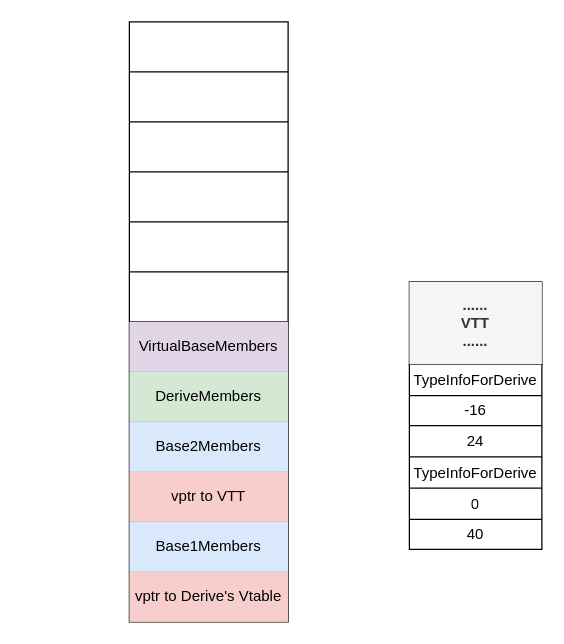
Above: C++对象模型/虚继承class layout.drawio in SixPlusAndTimes/drawio (draw.io), before the change. Source tidied: cells renumbered, new cells numbered last; positions are measured from the earlier drawing's top-left corner, leaving out a move shared by most shapes. Both pictures are drawn from the tidied source at 125%, with x=0, y=0 at pixel (129, 21).
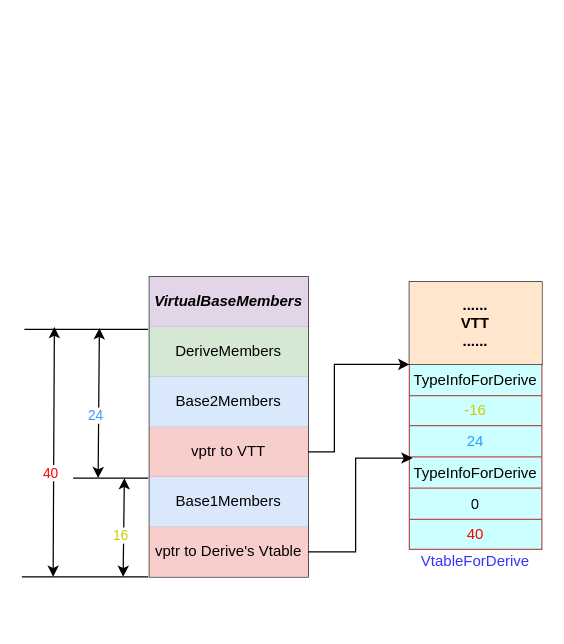
After the change.

The change refers to these unchanged cells:
```xml
<mxCell id="30" style="shape=tableRow;horizontal=0;startSize=0;swimlaneHead=0;swimlaneBody=0;strokeColor=inherit;top=0;left=0;bottom=0;right=0;fillColor=none;" parent="27" vertex="1">
  <mxGeometry y="25" width="106" height="24" as="geometry" />
</mxCell>
<mxCell id="32" style="shape=tableRow;horizontal=0;startSize=0;swimlaneHead=0;swimlaneBody=0;strokeColor=inherit;top=0;left=0;bottom=0;right=0;fillColor=none;" parent="27" vertex="1">
  <mxGeometry y="49" width="106" height="25" as="geometry" />
</mxCell>
<mxCell id="34" style="shape=tableRow;horizontal=0;startSize=0;swimlaneHead=0;swimlaneBody=0;strokeColor=inherit;top=0;left=0;bottom=0;right=0;fillColor=none;points=[[0,0.5],[1,0.5]];portConstraint=eastwest;" parent="27" vertex="1">
  <mxGeometry y="74" width="106" height="25" as="geometry" />
</mxCell>
<mxCell id="38" style="shape=tableRow;horizontal=0;startSize=0;swimlaneHead=0;swimlaneBody=0;strokeColor=inherit;top=0;left=0;bottom=0;right=0;fillColor=none;" parent="27" vertex="1">
  <mxGeometry y="124" width="106" height="24" as="geometry" />
</mxCell>
<mxCell id="40" style="shape=table;startSize=0;childLayout=tableLayout;" parent="1" vertex="1">
  <mxGeometry x="224" y="208" width="106" height="66" as="geometry" />
</mxCell>
<mxCell id="41" style="shape=tableRow;horizontal=0;startSize=0;swimlaneHead=0;swimlaneBody=0;strokeColor=inherit;top=0;left=0;bottom=0;right=0;fillColor=none;" parent="40" vertex="1">
  <mxGeometry width="106" height="66" as="geometry" />
</mxCell>
```

What changed in the source:
```diff
@@
     <mxCell id="2" style="shape=table;startSize=0;childLayout=tableLayout;" parent="1" vertex="1">
-      <mxGeometry width="127" height="480" as="geometry" />
+      <mxGeometry x="16" y="204" width="127" height="240" as="geometry" />
     </mxCell>
-    <mxCell id="3" style="shape=tableRow;horizontal=0;startSize=0;swimlaneHead=0;swimlaneBody=0;strokeColor=inherit;top=0;left=0;bottom=0;right=0;fillColor=none;" parent="2" vertex="1">
-      <mxGeometry width="127" height="40" as="geometry" />
-    </mxCell>
-    <mxCell id="4" style="shape=partialRectangle;html=1;whiteSpace=wrap;strokeColor=inherit;overflow=hidden;fillColor=none;top=0;left=0;bottom=0;right=0;" parent="3" vertex="1">
-      <mxGeometry width="127" height="40" as="geometry" />
-    </mxCell>
-    <mxCell id="5" style="shape=tableRow;horizontal=0;startSize=0;swimlaneHead=0;swimlaneBody=0;strokeColor=inherit;top=0;left=0;bottom=0;right=0;fillColor=none;" parent="2" vertex="1">
-      <mxGeometry y="40" width="127" height="40" as="geometry" />
-    </mxCell>
-    <mxCell id="6" style="shape=partialRectangle;html=1;whiteSpace=wrap;strokeColor=inherit;overflow=hidden;fillColor=none;top=0;left=0;bottom=0;right=0;" parent="5" vertex="1">
-      <mxGeometry width="127" height="40" as="geometry" />
-    </mxCell>
-    <mxCell id="7" style="shape=tableRow;horizontal=0;startSize=0;swimlaneHead=0;swimlaneBody=0;strokeColor=inherit;top=0;left=0;bottom=0;right=0;fillColor=none;" parent="2" vertex="1">
-      <mxGeometry y="80" width="127" height="40" as="geometry" />
-    </mxCell>
-    <mxCell id="8" style="shape=partialRectangle;html=1;whiteSpace=wrap;strokeColor=inherit;overflow=hidden;fillColor=none;top=0;left=0;bottom=0;right=0;" parent="7" vertex="1">
-      <mxGeometry width="127" height="40" as="geometry" />
-    </mxCell>
-    <mxCell id="9" style="shape=tableRow;horizontal=0;startSize=0;swimlaneHead=0;swimlaneBody=0;strokeColor=inherit;top=0;left=0;bottom=0;right=0;fillColor=none;" parent="2" vertex="1">
-      <mxGeometry y="120" width="127" height="40" as="geometry" />
-    </mxCell>
-    <mxCell id="10" style="shape=partialRectangle;html=1;whiteSpace=wrap;strokeColor=inherit;overflow=hidden;fillColor=none;top=0;left=0;bottom=0;right=0;" parent="9" vertex="1">
-      <mxGeometry width="127" height="40" as="geometry" />
-    </mxCell>
-    <mxCell id="11" style="shape=tableRow;horizontal=0;startSize=0;swimlaneHead=0;swimlaneBody=0;strokeColor=inherit;top=0;left=0;bottom=0;right=0;fillColor=none;" parent="2" vertex="1">
-      <mxGeometry y="160" width="127" height="40" as="geometry" />
-    </mxCell>
-    <mxCell id="12" style="shape=partialRectangle;html=1;whiteSpace=wrap;strokeColor=inherit;overflow=hidden;fillColor=none;top=0;left=0;bottom=0;right=0;" parent="11" vertex="1">
-      <mxGeometry width="127" height="40" as="geometry" />
-    </mxCell>
-    <mxCell id="13" style="shape=tableRow;horizontal=0;startSize=0;swimlaneHead=0;swimlaneBody=0;strokeColor=inherit;top=0;left=0;bottom=0;right=0;fillColor=none;" parent="2" vertex="1">
-      <mxGeometry y="200" width="127" height="40" as="geometry" />
-    </mxCell>
-    <mxCell id="14" style="shape=partialRectangle;html=1;whiteSpace=wrap;strokeColor=inherit;overflow=hidden;fillColor=none;top=0;left=0;bottom=0;right=0;" parent="13" vertex="1">
-      <mxGeometry width="127" height="40" as="geometry" />
-    </mxCell>
     <mxCell id="15" style="shape=tableRow;horizontal=0;startSize=0;swimlaneHead=0;swimlaneBody=0;strokeColor=inherit;top=0;left=0;bottom=0;right=0;fillColor=none;" parent="2" vertex="1">
-      <mxGeometry y="240" width="127" height="40" as="geometry" />
+      <mxGeometry width="127" height="40" as="geometry" />
     </mxCell>
-    <mxCell id="16" value="VirtualBaseMembers" style="shape=partialRectangle;html=1;whiteSpace=wrap;strokeColor=#9673a6;overflow=hidden;fillColor=#e1d5e7;top=0;left=0;bottom=0;right=0;" parent="15" vertex="1">
+    <mxCell id="16" value="&lt;b&gt;&lt;i&gt;VirtualBaseMembers&lt;/i&gt;&lt;/b&gt;" style="shape=partialRectangle;html=1;whiteSpace=wrap;strokeColor=#9673a6;overflow=hidden;fillColor=#e1d5e7;top=0;left=0;bottom=0;right=0;" parent="15" vertex="1">
       <mxGeometry width="127" height="40" as="geometry" />
     </mxCell>
     <mxCell id="17" style="shape=tableRow;horizontal=0;startSize=0;swimlaneHead=0;swimlaneBody=0;strokeColor=inherit;top=0;left=0;bottom=0;right=0;fillColor=none;" parent="2" vertex="1">
-      <mxGeometry y="280" width="127" height="40" as="geometry" />
+      <mxGeometry y="40" width="127" height="40" as="geometry" />
     </mxCell>
@@
     <mxCell id="19" style="shape=tableRow;horizontal=0;startSize=0;swimlaneHead=0;swimlaneBody=0;strokeColor=inherit;top=0;left=0;bottom=0;right=0;fillColor=none;" parent="2" vertex="1">
-      <mxGeometry y="320" width="127" height="40" as="geometry" />
+      <mxGeometry y="80" width="127" height="40" as="geometry" />
     </mxCell>
@@
     <mxCell id="21" style="shape=tableRow;horizontal=0;startSize=0;swimlaneHead=0;swimlaneBody=0;strokeColor=inherit;top=0;left=0;bottom=0;right=0;fillColor=none;points=[[0,0.5],[1,0.5]];portConstraint=eastwest;" parent="2" vertex="1">
-      <mxGeometry y="360" width="127" height="40" as="geometry" />
+      <mxGeometry y="120" width="127" height="40" as="geometry" />
     </mxCell>
@@
     <mxCell id="23" style="shape=tableRow;horizontal=0;startSize=0;swimlaneHead=0;swimlaneBody=0;strokeColor=inherit;top=0;left=0;bottom=0;right=0;fillColor=none;" parent="2" vertex="1">
-      <mxGeometry y="400" width="127" height="40" as="geometry" />
+      <mxGeometry y="160" width="127" height="40" as="geometry" />
     </mxCell>
@@
     <mxCell id="25" style="shape=tableRow;horizontal=0;startSize=0;swimlaneHead=0;swimlaneBody=0;strokeColor=inherit;top=0;left=0;bottom=0;right=0;fillColor=none;points=[[0,0.5],[1,0.5]];portConstraint=eastwest;" parent="2" vertex="1">
-      <mxGeometry y="440" width="127" height="40" as="geometry" />
+      <mxGeometry y="200" width="127" height="40" as="geometry" />
     </mxCell>
@@
-    <mxCell id="27" style="shape=table;startSize=0;childLayout=tableLayout;" parent="1" vertex="1">
+    <mxCell id="27" style="shape=table;startSize=0;childLayout=tableLayout;fillColor=#CCFFFF;strokeColor=#b85450;" parent="1" vertex="1">
       <mxGeometry x="224" y="274" width="106" height="148" as="geometry" />
     </mxCell>
@@
-    <mxCell id="31" value="-16" style="shape=partialRectangle;html=1;whiteSpace=wrap;strokeColor=inherit;overflow=hidden;fillColor=none;top=0;left=0;bottom=0;right=0;" parent="30" vertex="1">
+    <mxCell id="31" value="&lt;font color=&quot;#cccc00&quot;&gt;-16&lt;/font&gt;" style="shape=partialRectangle;html=1;whiteSpace=wrap;strokeColor=inherit;overflow=hidden;fillColor=none;top=0;left=0;bottom=0;right=0;" parent="30" vertex="1">
       <mxGeometry width="106" height="24" as="geometry" />
     </mxCell>
@@
-    <mxCell id="33" value="24" style="shape=partialRectangle;html=1;whiteSpace=wrap;strokeColor=inherit;overflow=hidden;fillColor=none;top=0;left=0;bottom=0;right=0;" parent="32" vertex="1">
+    <mxCell id="33" value="&lt;font color=&quot;#3399ff&quot;&gt;24&lt;/font&gt;" style="shape=partialRectangle;html=1;whiteSpace=wrap;strokeColor=inherit;overflow=hidden;fillColor=none;top=0;left=0;bottom=0;right=0;" parent="32" vertex="1">
       <mxGeometry width="106" height="25" as="geometry" />
     </mxCell>
@@
-    <mxCell id="39" value="40" style="shape=partialRectangle;html=1;whiteSpace=wrap;strokeColor=inherit;overflow=hidden;fillColor=none;top=0;left=0;bottom=0;right=0;" parent="38" vertex="1">
+    <mxCell id="39" value="&lt;font color=&quot;#ff0000&quot;&gt;40&lt;/font&gt;" style="shape=partialRectangle;html=1;whiteSpace=wrap;strokeColor=inherit;overflow=hidden;fillColor=none;top=0;left=0;bottom=0;right=0;" parent="38" vertex="1">
       <mxGeometry width="106" height="24" as="geometry" />
     </mxCell>
@@
-    <mxCell id="42" value="&lt;b&gt;......&lt;br&gt;VTT&lt;br&gt;......&lt;/b&gt;" style="shape=partialRectangle;html=1;whiteSpace=wrap;strokeColor=#666666;overflow=hidden;fillColor=#f5f5f5;top=0;left=0;bottom=0;right=0;fontColor=#333333;" parent="41" vertex="1">
+    <mxCell id="42" value="&lt;b&gt;......&lt;br&gt;VTT&lt;br&gt;......&lt;/b&gt;" style="shape=partialRectangle;html=1;whiteSpace=wrap;strokeColor=#d79b00;overflow=hidden;fillColor=#ffe6cc;top=0;left=0;bottom=0;right=0;" parent="41" vertex="1">
       <mxGeometry width="106" height="66" as="geometry" />
     </mxCell>
+    <mxCell id="43" style="edgeStyle=orthogonalEdgeStyle;rounded=0;jettySize=auto;html=1;entryX=0.024;entryY=0.039;entryDx=0;entryDy=0;entryPerimeter=0;" parent="1" edge="1" source="25" target="34">
+      <mxGeometry relative="1" as="geometry">
+        <Array as="points">
+          <mxPoint x="181" y="424" />
+          <mxPoint x="181" y="349" />
+        </Array>
+      </mxGeometry>
+    </mxCell>
+    <mxCell id="44" style="edgeStyle=orthogonalEdgeStyle;rounded=0;jettySize=auto;html=1;exitX=1;exitY=0.5;exitDx=0;exitDy=0;entryX=0;entryY=1;entryDx=0;entryDy=0;" parent="1" edge="1" source="21" target="40">
+      <mxGeometry relative="1" as="geometry">
+        <Array as="points">
+          <mxPoint x="164" y="344" />
+          <mxPoint x="164" y="274" />
+        </Array>
+      </mxGeometry>
+    </mxCell>
+    <mxCell id="45" style="endArrow=none;html=1;rounded=0;" parent="1" edge="1">
+      <mxGeometry relative="1" as="geometry">
+        <mxPoint x="-45" y="365" as="sourcePoint" />
+        <mxPoint x="15" y="365" as="targetPoint" />
+      </mxGeometry>
+    </mxCell>
+    <mxCell id="46" style="endArrow=none;html=1;rounded=0;" parent="1" edge="1">
+      <mxGeometry relative="1" as="geometry">
+        <mxPoint x="-84" y="246" as="sourcePoint" />
+        <mxPoint x="15" y="246" as="targetPoint" />
+      </mxGeometry>
+    </mxCell>
+    <mxCell id="47" style="endArrow=classic;startArrow=classic;html=1;rounded=0;" parent="1" edge="1">
+      <mxGeometry relative="1" as="geometry">
+        <mxPoint x="-25" y="365" as="sourcePoint" />
+        <mxPoint x="-24" y="245" as="targetPoint" />
+      </mxGeometry>
+    </mxCell>
+    <mxCell id="48" value="&lt;font color=&quot;#3399ff&quot;&gt;24&lt;/font&gt;" style="edgeLabel;html=1;align=center;verticalAlign=middle;" parent="47" vertex="1">
+      <mxGeometry x="-0.17" y="3" relative="1" as="geometry" />
+    </mxCell>
+    <mxCell id="49" style="endArrow=none;html=1;rounded=0;" parent="1" edge="1">
+      <mxGeometry relative="1" as="geometry">
+        <mxPoint x="-86" y="444" as="sourcePoint" />
+        <mxPoint x="15" y="444" as="targetPoint" />
+      </mxGeometry>
+    </mxCell>
+    <mxCell id="50" style="endArrow=classic;startArrow=classic;html=1;rounded=0;" parent="1" edge="1">
+      <mxGeometry relative="1" as="geometry">
+        <mxPoint x="-5" y="444" as="sourcePoint" />
+        <mxPoint x="-4" y="365" as="targetPoint" />
+      </mxGeometry>
+    </mxCell>
+    <mxCell id="51" value="&lt;font color=&quot;#cccc00&quot;&gt;16&lt;/font&gt;" style="edgeLabel;html=1;align=center;verticalAlign=middle;" parent="50" vertex="1">
+      <mxGeometry x="-0.17" y="3" relative="1" as="geometry" />
+    </mxCell>
+    <mxCell id="52" style="endArrow=classic;startArrow=classic;html=1;rounded=0;" parent="1" edge="1">
+      <mxGeometry relative="1" as="geometry">
+        <mxPoint x="-61" y="444" as="sourcePoint" />
+        <mxPoint x="-60" y="244" as="targetPoint" />
+      </mxGeometry>
+    </mxCell>
+    <mxCell id="53" value="&lt;font color=&quot;#ff0000&quot;&gt;40&lt;/font&gt;" style="edgeLabel;html=1;align=center;verticalAlign=middle;" parent="52" vertex="1">
+      <mxGeometry x="-0.17" y="3" relative="1" as="geometry" />
+    </mxCell>
+    <mxCell id="54" value="&lt;font color=&quot;#3333ff&quot;&gt;VtableForDerive&lt;/font&gt;" style="text;html=1;strokeColor=none;fillColor=none;align=center;verticalAlign=middle;whiteSpace=wrap;rounded=0;fontColor=#CCCC00;" parent="1" vertex="1">
+      <mxGeometry x="247" y="417" width="60" height="30" as="geometry" />
+    </mxCell>
```
